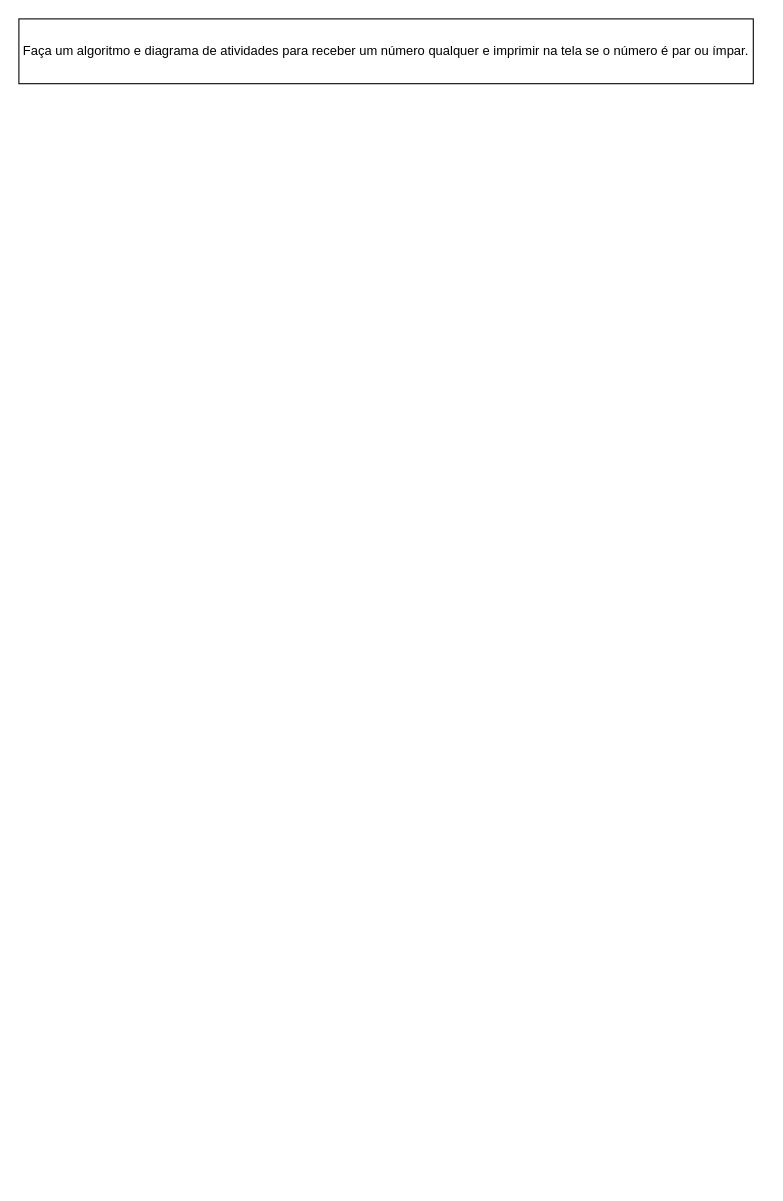
The draw.io diagram atividades/Diagrama sem nome.drawio in PadawanXXVI/logica_programacao_senai, before the edit. Source tidied: cells renumbered, new cells numbered last; positions are measured from the earlier drawing's top-left corner, leaving out a move shared by most shapes. Both pictures are drawn from the tidied source at 108%, with x=0, y=0 at pixel (18, 18).
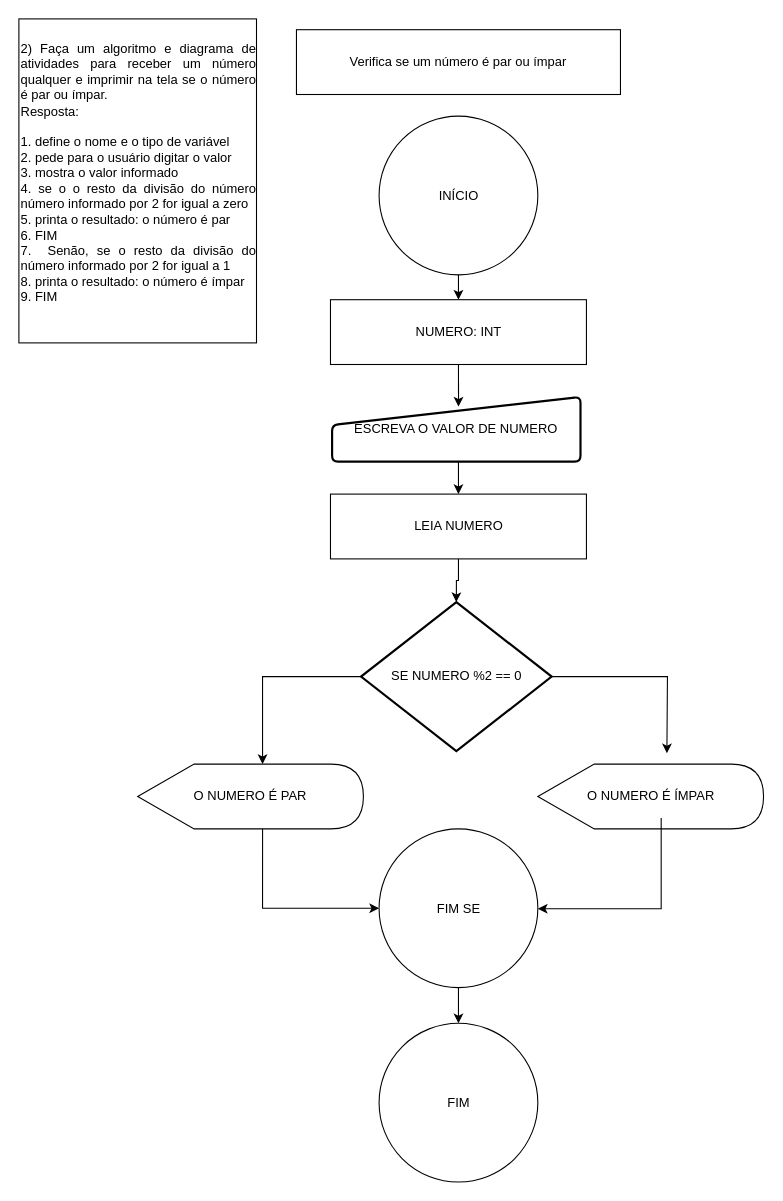
Above is the later version.

What changed in the source:
```diff
@@
-    <mxCell id="2" value="Faça um algoritmo e diagrama de atividades para receber um número qualquer e imprimir na tela se o número é par ou ímpar." style="rounded=0;whiteSpace=wrap;html=1;" parent="1" vertex="1">
-      <mxGeometry width="680" height="60" as="geometry" />
+    <mxCell id="2" value="&lt;div style=&quot;text-align: justify;&quot;&gt;&lt;span style=&quot;background-color: initial;&quot;&gt;2) Faça um algoritmo e diagrama de atividades para receber um número qualquer e imprimir na tela se o número é par ou ímpar.&lt;/span&gt;&lt;/div&gt;&lt;div style=&quot;text-align: justify;&quot;&gt;Resposta:&lt;/div&gt;&lt;div style=&quot;text-align: justify;&quot;&gt;&lt;br&gt;&lt;/div&gt;&lt;div style=&quot;text-align: justify;&quot;&gt;1. define o nome e o tipo de variável&lt;/div&gt;&lt;div style=&quot;text-align: justify;&quot;&gt;2. pede para o usuário digitar o valor&lt;/div&gt;&lt;div style=&quot;text-align: justify;&quot;&gt;3. mostra o valor informado&lt;/div&gt;&lt;div style=&quot;text-align: justify;&quot;&gt;4. se o o resto da divisão do número número informado por 2 for igual a zero&lt;/div&gt;&lt;div style=&quot;text-align: justify;&quot;&gt;5. printa o resultado: o número é par&lt;/div&gt;&lt;div style=&quot;text-align: justify;&quot;&gt;&lt;span style=&quot;background-color: initial;&quot;&gt;6. FIM&lt;/span&gt;&lt;br&gt;&lt;/div&gt;&lt;div style=&quot;text-align: justify;&quot;&gt;&lt;span style=&quot;background-color: initial;&quot;&gt;7.&amp;nbsp; Senão, se o resto da divisão do número informado por 2 for igual a 1&lt;/span&gt;&lt;/div&gt;&lt;div style=&quot;text-align: justify;&quot;&gt;&lt;span style=&quot;background-color: initial;&quot;&gt;8. printa o resultado: o número é ímpar&lt;/span&gt;&lt;br&gt;&lt;/div&gt;&lt;div style=&quot;text-align: justify;&quot;&gt;&lt;span style=&quot;background-color: initial;&quot;&gt;9. FIM&lt;/span&gt;&lt;/div&gt;&lt;div style=&quot;text-align: justify;&quot;&gt;&lt;br&gt;&lt;/div&gt;" style="rounded=0;whiteSpace=wrap;html=1;align=left;" parent="1" vertex="1">
+      <mxGeometry width="220" height="300" as="geometry" />
     </mxCell>
+    <mxCell id="3" value="Verifica se um número é par ou ímpar" style="rounded=0;whiteSpace=wrap;html=1;" parent="1" vertex="1">
+      <mxGeometry x="257" y="10" width="300" height="60" as="geometry" />
+    </mxCell>
+    <mxCell id="4" style="edgeStyle=orthogonalEdgeStyle;rounded=0;jettySize=auto;html=1;exitX=0.5;exitY=1;exitDx=0;exitDy=0;entryX=0.5;entryY=0;entryDx=0;entryDy=0;" parent="1" edge="1" source="5" target="6">
+      <mxGeometry relative="1" as="geometry" />
+    </mxCell>
+    <mxCell id="5" value="INÍCIO" style="ellipse;whiteSpace=wrap;html=1;" parent="1" vertex="1">
+      <mxGeometry x="333.5" y="90" width="147" height="147" as="geometry" />
+    </mxCell>
+    <mxCell id="6" value="NUMERO: INT" style="rounded=0;whiteSpace=wrap;html=1;" parent="1" vertex="1">
+      <mxGeometry x="288.5" y="260" width="237" height="60" as="geometry" />
+    </mxCell>
+    <mxCell id="7" style="edgeStyle=orthogonalEdgeStyle;rounded=0;jettySize=auto;html=1;exitX=0.5;exitY=1;exitDx=0;exitDy=0;entryX=0.5;entryY=0;entryDx=0;entryDy=0;" parent="1" edge="1" source="8" target="9">
+      <mxGeometry relative="1" as="geometry" />
+    </mxCell>
+    <mxCell id="8" value="&lt;div style=&quot;text-align: justify;&quot;&gt;&lt;span style=&quot;background-color: initial;&quot;&gt;ESCREVA O VALOR DE NUMERO&lt;/span&gt;&lt;/div&gt;" style="html=1;strokeWidth=2;shape=manualInput;whiteSpace=wrap;rounded=1;size=26;arcSize=11;" parent="1" vertex="1">
+      <mxGeometry x="290" y="350" width="230" height="60" as="geometry" />
+    </mxCell>
+    <mxCell id="9" value="LEIA NUMERO" style="rounded=0;whiteSpace=wrap;html=1;" parent="1" vertex="1">
+      <mxGeometry x="288.5" y="440" width="237" height="60" as="geometry" />
+    </mxCell>
+    <mxCell id="10" style="edgeStyle=orthogonalEdgeStyle;rounded=0;jettySize=auto;html=1;exitX=1;exitY=0.5;exitDx=0;exitDy=0;exitPerimeter=0;" parent="1" edge="1" source="11">
+      <mxGeometry relative="1" as="geometry">
+        <mxPoint x="600" y="680" as="targetPoint" />
+      </mxGeometry>
+    </mxCell>
+    <mxCell id="11" value="SE NUMERO %2 == 0" style="strokeWidth=2;html=1;shape=mxgraph.flowchart.decision;whiteSpace=wrap;" parent="1" vertex="1">
+      <mxGeometry x="316.8" y="540" width="176.5" height="138" as="geometry" />
+    </mxCell>
+    <mxCell id="12" style="edgeStyle=orthogonalEdgeStyle;rounded=0;jettySize=auto;html=1;exitX=0;exitY=0;exitDx=115.625;exitDy=60;exitPerimeter=0;entryX=0;entryY=0.5;entryDx=0;entryDy=0;" parent="1" edge="1" source="13" target="16">
+      <mxGeometry relative="1" as="geometry" />
+    </mxCell>
+    <mxCell id="13" value="O NUMERO É PAR" style="shape=display;whiteSpace=wrap;html=1;" parent="1" vertex="1">
+      <mxGeometry x="110" y="690" width="209" height="60" as="geometry" />
+    </mxCell>
+    <mxCell id="14" value="O NUMERO É ÍMPAR" style="shape=display;whiteSpace=wrap;html=1;" parent="1" vertex="1">
+      <mxGeometry x="480.5" y="690" width="209" height="60" as="geometry" />
+    </mxCell>
+    <mxCell id="15" style="edgeStyle=orthogonalEdgeStyle;rounded=0;jettySize=auto;html=1;exitX=0.5;exitY=1;exitDx=0;exitDy=0;entryX=0.5;entryY=0;entryDx=0;entryDy=0;" parent="1" edge="1" source="16" target="17">
+      <mxGeometry relative="1" as="geometry" />
+    </mxCell>
+    <mxCell id="16" value="FIM SE" style="ellipse;whiteSpace=wrap;html=1;" parent="1" vertex="1">
+      <mxGeometry x="333.5" y="750" width="147" height="147" as="geometry" />
+    </mxCell>
+    <mxCell id="17" value="FIM" style="ellipse;whiteSpace=wrap;html=1;" parent="1" vertex="1">
+      <mxGeometry x="333.5" y="930" width="147" height="147" as="geometry" />
+    </mxCell>
+    <mxCell id="18" style="edgeStyle=orthogonalEdgeStyle;rounded=0;jettySize=auto;html=1;exitX=0.5;exitY=1;exitDx=0;exitDy=0;entryX=0.509;entryY=0.15;entryDx=0;entryDy=0;entryPerimeter=0;" parent="1" edge="1" source="6" target="8">
+      <mxGeometry relative="1" as="geometry" />
+    </mxCell>
+    <mxCell id="19" style="edgeStyle=orthogonalEdgeStyle;rounded=0;jettySize=auto;html=1;exitX=0.5;exitY=1;exitDx=0;exitDy=0;entryX=0.5;entryY=0;entryDx=0;entryDy=0;entryPerimeter=0;" parent="1" edge="1" source="9" target="11">
+      <mxGeometry relative="1" as="geometry" />
+    </mxCell>
+    <mxCell id="20" style="edgeStyle=orthogonalEdgeStyle;rounded=0;jettySize=auto;html=1;exitX=0;exitY=0.5;exitDx=0;exitDy=0;exitPerimeter=0;entryX=0;entryY=0;entryDx=115.625;entryDy=0;entryPerimeter=0;" parent="1" edge="1" source="11" target="13">
+      <mxGeometry relative="1" as="geometry" />
+    </mxCell>
+    <mxCell id="21" style="edgeStyle=orthogonalEdgeStyle;rounded=0;orthogonalLoop=1;jettySize=auto;html=1;exitX=0;exitY=0;exitDx=115.625;exitDy=60;exitPerimeter=0;entryX=1.01;entryY=0.571;entryDx=0;entryDy=0;entryPerimeter=0;" parent="1" edge="1">
+      <mxGeometry relative="1" as="geometry">
+        <mxPoint x="594.7" y="740" as="sourcePoint" />
+        <mxPoint x="480.5" y="823.9" as="targetPoint" />
+        <Array as="points">
+          <mxPoint x="594.5" y="824" />
+        </Array>
+      </mxGeometry>
+    </mxCell>
```
